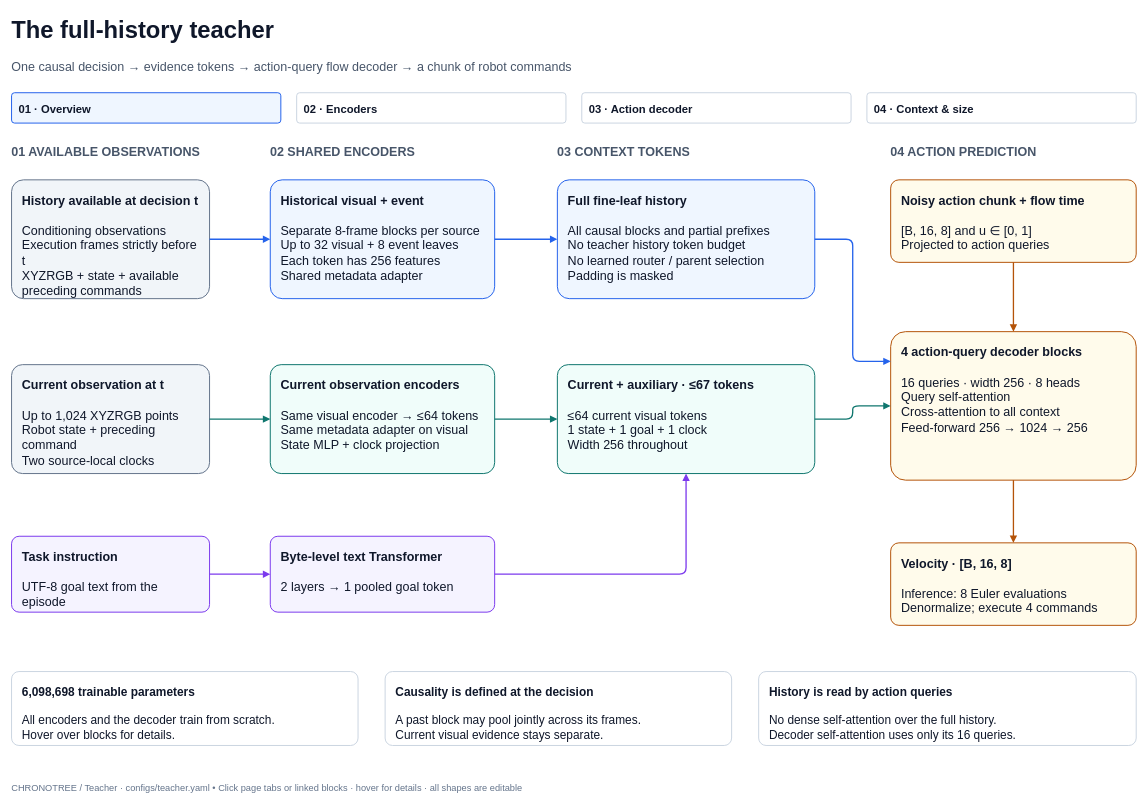
Before: page "01 · Overview" (1 of 4) of docs/diagrams/teacher_architecture.drawio in Ricvalp/chronotree, a draw.io diagram. Source tidied: cells renumbered, new cells numbered last; positions are measured from the earlier drawing's top-left corner, leaving out a move shared by most shapes. Both pictures are drawn from the tidied source at 66%, with x=0, y=0 at pixel (11, 11).
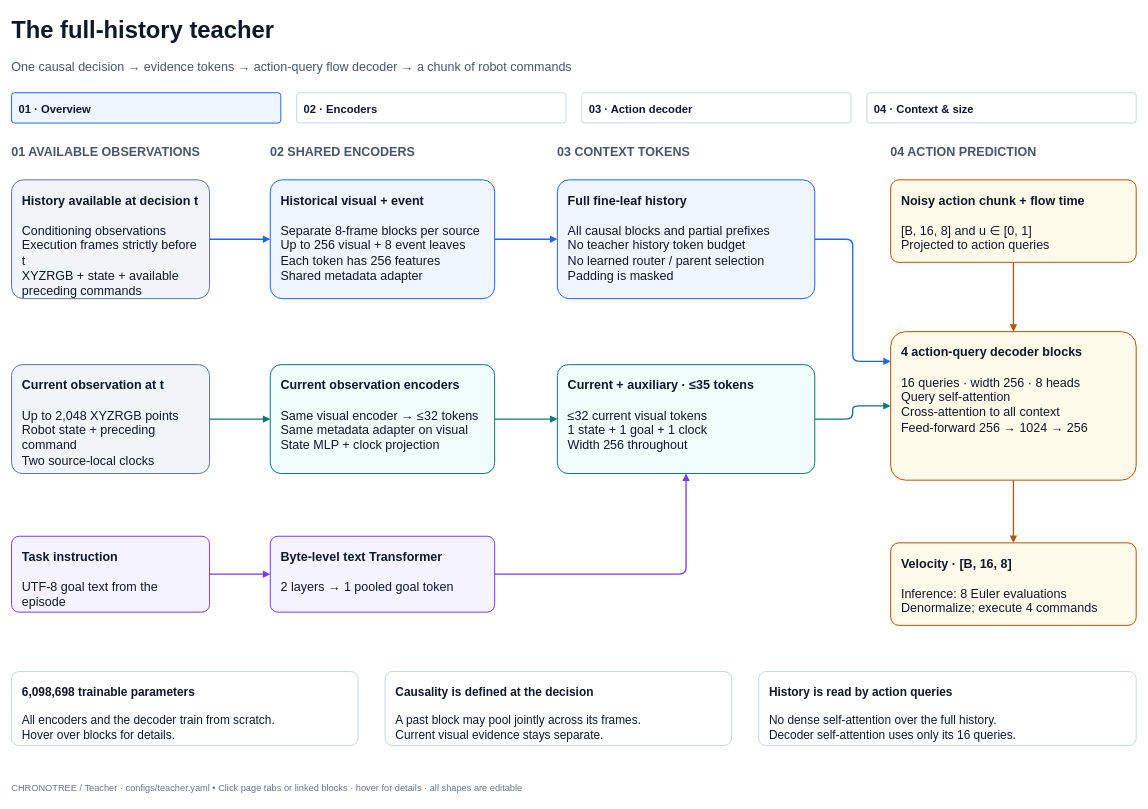
The same diagram, later.

What changed in the source:
```diff
@@
-    <mxCell id="15" value="&lt;b&gt;Historical visual + event&lt;/b&gt;&lt;br&gt;&lt;br&gt;Separate 8-frame blocks per source&lt;br&gt;Up to 32 visual + 8 event leaves&lt;br&gt;Each token has 256 features&lt;br&gt;Shared metadata adapter" style="rounded=1;arcSize=10;whiteSpace=wrap;html=1;fillColor=#EFF6FF;strokeColor=#2563EB;strokeWidth=1.5;align=left;verticalAlign=top;spacing=16;fontFamily=Arial;fontSize=19;fontColor=#0F172A;shadow=0;" parent="1" vertex="1">
+    <mxCell id="15" value="&lt;b&gt;Historical visual + event&lt;/b&gt;&lt;br&gt;&lt;br&gt;Separate 8-frame blocks per source&lt;br&gt;Up to 256 visual + 8 event leaves&lt;br&gt;Each token has 256 features&lt;br&gt;Shared metadata adapter" style="rounded=1;arcSize=10;whiteSpace=wrap;html=1;fillColor=#EFF6FF;strokeColor=#2563EB;strokeWidth=1.5;align=left;verticalAlign=top;spacing=16;fontFamily=Arial;fontSize=19;fontColor=#0F172A;shadow=0;" parent="1" vertex="1">
       <mxGeometry x="392" y="255" width="340" height="180" as="geometry" />
     </mxCell>
@@
-    <mxCell id="17" value="&lt;b&gt;Current observation at t&lt;/b&gt;&lt;br&gt;&lt;br&gt;Up to 1,024 XYZRGB points&lt;br&gt;Robot state + preceding command&lt;br&gt;Two source-local clocks" style="rounded=1;arcSize=10;whiteSpace=wrap;html=1;fillColor=#F1F5F9;strokeColor=#64748B;strokeWidth=1.5;align=left;verticalAlign=top;spacing=16;fontFamily=Arial;fontSize=19;fontColor=#0F172A;shadow=0;" parent="1" vertex="1">
+    <mxCell id="17" value="&lt;b&gt;Current observation at t&lt;/b&gt;&lt;br&gt;&lt;br&gt;Up to 2,048 XYZRGB points&lt;br&gt;Robot state + preceding command&lt;br&gt;Two source-local clocks" style="rounded=1;arcSize=10;whiteSpace=wrap;html=1;fillColor=#F1F5F9;strokeColor=#64748B;strokeWidth=1.5;align=left;verticalAlign=top;spacing=16;fontFamily=Arial;fontSize=19;fontColor=#0F172A;shadow=0;" parent="1" vertex="1">
       <mxGeometry y="535" width="300" height="165" as="geometry" />
     </mxCell>
-    <mxCell id="18" value="&lt;b&gt;Current observation encoders&lt;/b&gt;&lt;br&gt;&lt;br&gt;Same visual encoder → ≤64 tokens&lt;br&gt;Same metadata adapter on visual&lt;br&gt;State MLP + clock projection" style="rounded=1;arcSize=10;whiteSpace=wrap;html=1;fillColor=#F0FDFA;strokeColor=#0F766E;strokeWidth=1.5;align=left;verticalAlign=top;spacing=16;fontFamily=Arial;fontSize=19;fontColor=#0F172A;shadow=0;" parent="1" vertex="1">
+    <mxCell id="18" value="&lt;b&gt;Current observation encoders&lt;/b&gt;&lt;br&gt;&lt;br&gt;Same visual encoder → ≤32 tokens&lt;br&gt;Same metadata adapter on visual&lt;br&gt;State MLP + clock projection" style="rounded=1;arcSize=10;whiteSpace=wrap;html=1;fillColor=#F0FDFA;strokeColor=#0F766E;strokeWidth=1.5;align=left;verticalAlign=top;spacing=16;fontFamily=Arial;fontSize=19;fontColor=#0F172A;shadow=0;" parent="1" vertex="1">
       <mxGeometry x="392" y="535" width="340" height="165" as="geometry" />
     </mxCell>
-    <mxCell id="19" value="&lt;b&gt;Current + auxiliary · ≤67 tokens&lt;/b&gt;&lt;br&gt;&lt;br&gt;≤64 current visual tokens&lt;br&gt;1 state + 1 goal + 1 clock&lt;br&gt;Width 256 throughout" style="rounded=1;arcSize=10;whiteSpace=wrap;html=1;fillColor=#F0FDFA;strokeColor=#0F766E;strokeWidth=1.5;align=left;verticalAlign=top;spacing=16;fontFamily=Arial;fontSize=19;fontColor=#0F172A;shadow=0;" parent="1" vertex="1">
+    <mxCell id="19" value="&lt;b&gt;Current + auxiliary · ≤35 tokens&lt;/b&gt;&lt;br&gt;&lt;br&gt;≤32 current visual tokens&lt;br&gt;1 state + 1 goal + 1 clock&lt;br&gt;Width 256 throughout" style="rounded=1;arcSize=10;whiteSpace=wrap;html=1;fillColor=#F0FDFA;strokeColor=#0F766E;strokeWidth=1.5;align=left;verticalAlign=top;spacing=16;fontFamily=Arial;fontSize=19;fontColor=#0F172A;shadow=0;" parent="1" vertex="1">
       <mxGeometry x="827" y="535" width="390" height="165" as="geometry" />
     </mxCell>
```
